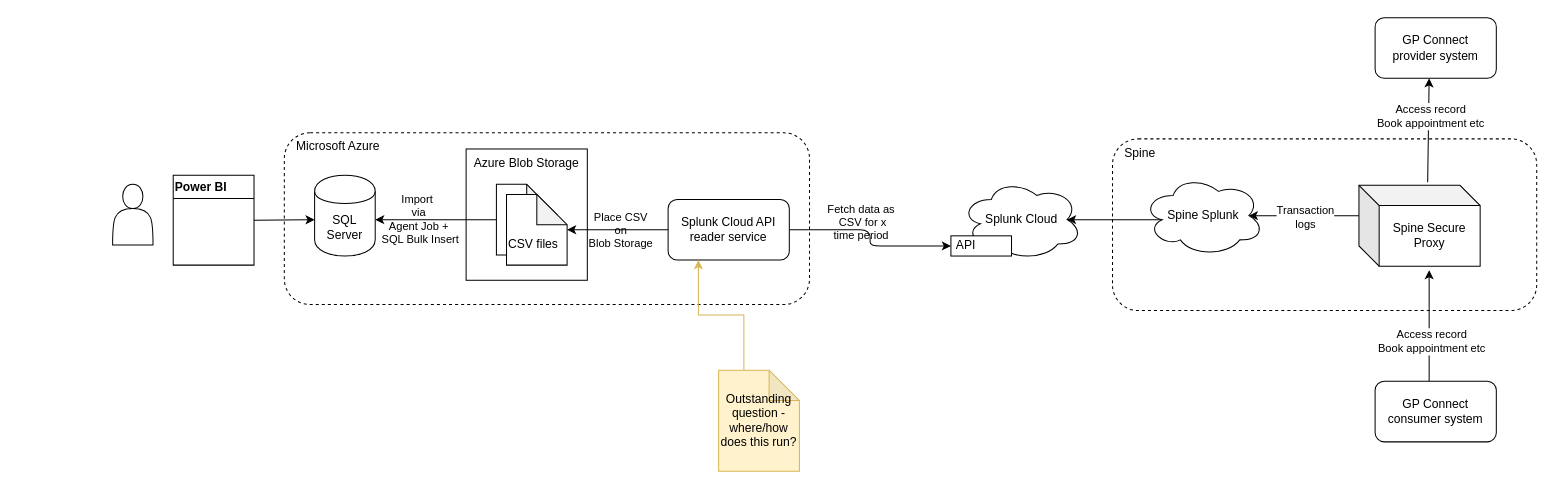
Before: documentation/end-to-end-data-flow.drawio in nhsconnect/gpconnect-analytics, a draw.io diagram. Source tidied: cells renumbered, new cells numbered last; positions are measured from the earlier drawing's top-left corner, leaving out a move shared by most shapes. Both pictures are drawn from the tidied source at 101%, with x=0, y=0 at pixel (112, 17).
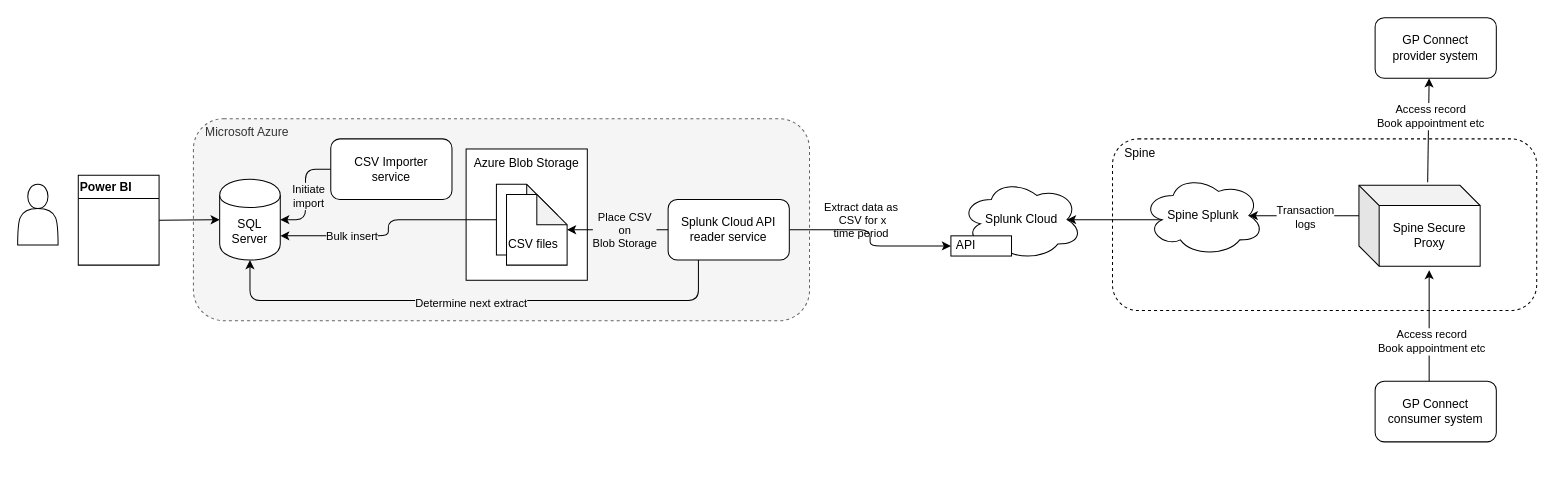
Above is the later version.

Unchanged cells that the change refers to:
```xml
<mxCell id="6" style="shape=note;whiteSpace=wrap;html=1;backgroundOutline=1;darkOpacity=0.05;align=left;" parent="1" vertex="1">
  <mxGeometry x="380" y="165" width="60" height="70" as="geometry" />
</mxCell>
<mxCell id="25" style="edgeStyle=orthogonalEdgeStyle;jettySize=auto;html=1;exitX=1;exitY=0.5;exitDx=0;exitDy=0;entryX=0;entryY=0.5;entryDx=0;entryDy=0;rounded=1;" parent="1" edge="1" source="29" target="20">
  <mxGeometry relative="1" as="geometry" />
</mxCell>
<mxCell id="27" style="edgeStyle=orthogonalEdgeStyle;rounded=1;jettySize=auto;html=1;exitX=0;exitY=0.5;exitDx=0;exitDy=0;" parent="1" edge="1" source="29" target="24">
  <mxGeometry relative="1" as="geometry" />
</mxCell>
<mxCell id="29" value="Splunk Cloud API reader service" style="rounded=1;whiteSpace=wrap;html=1;labelBackgroundColor=none;align=center;" parent="1" vertex="1">
  <mxGeometry x="550" y="180" width="120" height="60" as="geometry" />
</mxCell>
```

Diff of the diagram source:
```diff
@@
-    <mxCell id="2" value="&amp;nbsp; &amp;nbsp;Microsoft Azure" style="rounded=1;whiteSpace=wrap;html=1;dashed=1;verticalAlign=top;align=left;" parent="1" vertex="1">
-      <mxGeometry x="170" y="114" width="520" height="170" as="geometry" />
+    <mxCell id="2" value="&amp;nbsp; &amp;nbsp;Microsoft Azure" style="rounded=1;whiteSpace=wrap;html=1;dashed=1;verticalAlign=top;align=left;fillColor=#f5f5f5;strokeColor=#666666;fontColor=#333333;" parent="1" vertex="1">
+      <mxGeometry x="80" y="100" width="610" height="200" as="geometry" />
     </mxCell>
@@
-    <mxCell id="4" style="edgeStyle=orthogonalEdgeStyle;rounded=0;jettySize=auto;html=1;exitX=0;exitY=0.5;exitDx=0;exitDy=0;exitPerimeter=0;startArrow=none;startFill=0;endArrow=classic;endFill=1;" parent="1" edge="1" source="6">
-      <mxGeometry relative="1" as="geometry">
-        <mxPoint x="260" y="200" as="targetPoint" />
-      </mxGeometry>
-    </mxCell>
-    <mxCell id="5" value="Import&amp;nbsp;&lt;br&gt;via &lt;br&gt;Agent Job +&lt;br&gt;&amp;nbsp;SQL Bulk&amp;nbsp;Insert" style="edgeLabel;html=1;align=center;verticalAlign=middle;labelBackgroundColor=none;" parent="4" vertex="1">
-      <mxGeometry x="0.3" y="-1" relative="1" as="geometry" />
-    </mxCell>
+    <mxCell id="33" style="edgeStyle=orthogonalEdgeStyle;jettySize=auto;html=1;exitX=0;exitY=0.5;exitDx=0;exitDy=0;exitPerimeter=0;entryX=1;entryY=0.7;entryDx=0;entryDy=0;startArrow=none;startFill=0;endArrow=classic;endFill=1;rounded=1;" parent="1" edge="1" source="6" target="32">
+      <mxGeometry relative="1" as="geometry" />
+    </mxCell>
+    <mxCell id="34" value="Bulk insert" style="edgeLabel;html=1;align=center;verticalAlign=middle;labelBackgroundColor=#F5F5F5;" parent="33" vertex="1">
+      <mxGeometry x="0.22" relative="1" as="geometry">
+        <mxPoint x="-20" as="offset" />
+      </mxGeometry>
+    </mxCell>
@@
     <mxCell id="21" style="shape=actor;whiteSpace=wrap;html=1;align=left;" parent="1" vertex="1">
-      <mxGeometry y="165" width="40" height="60" as="geometry" />
+      <mxGeometry x="-94" y="165" width="40" height="60" as="geometry" />
     </mxCell>
     <mxCell id="22" style="edgeStyle=orthogonalEdgeStyle;rounded=0;jettySize=auto;html=1;exitX=1;exitY=0.5;exitDx=0;exitDy=0;entryX=0;entryY=0.5;entryDx=0;entryDy=0;entryPerimeter=0;" parent="1" edge="1" source="23">
       <mxGeometry relative="1" as="geometry">
-        <mxPoint x="200" y="200" as="targetPoint" />
+        <mxPoint x="106" y="200" as="targetPoint" />
       </mxGeometry>
     </mxCell>
     <mxCell id="23" value="Power BI" style="swimlane;align=left;" parent="1" vertex="1">
-      <mxGeometry x="60" y="156" width="80" height="89" as="geometry" />
+      <mxGeometry x="-34" y="156" width="80" height="89" as="geometry" />
     </mxCell>
@@
-    <mxCell id="26" value="Fetch data as&lt;br&gt;&amp;nbsp;CSV for x &lt;br&gt;time period" style="edgeLabel;html=1;align=center;verticalAlign=middle;labelBackgroundColor=none;" parent="25" vertex="1">
+    <mxCell id="26" value="Extract data as&lt;br&gt;&amp;nbsp;CSV for x &lt;br&gt;time period" style="edgeLabel;html=1;align=center;verticalAlign=middle;labelBackgroundColor=none;" parent="25" vertex="1">
       <mxGeometry x="-0.04" y="-1" relative="1" as="geometry">
-        <mxPoint x="-9" y="-12" as="offset" />
+        <mxPoint x="-9" y="-13.5" as="offset" />
       </mxGeometry>
     </mxCell>
@@
-    <mxCell id="28" value="Place CSV &lt;br&gt;on &lt;br&gt;Blob Storage" style="edgeLabel;html=1;align=center;verticalAlign=middle;labelBackgroundColor=none;" parent="27" vertex="1">
-      <mxGeometry x="-0.04" relative="1" as="geometry" />
+    <mxCell id="28" value="Place CSV &lt;br&gt;on &lt;br&gt;Blob Storage" style="edgeLabel;html=1;align=center;verticalAlign=middle;labelBackgroundColor=#F5F5F5;" parent="27" vertex="1">
+      <mxGeometry x="-0.04" relative="1" as="geometry">
+        <mxPoint x="4" as="offset" />
+      </mxGeometry>
     </mxCell>
+    <mxCell id="35" style="edgeStyle=orthogonalEdgeStyle;rounded=1;jettySize=auto;html=1;exitX=0.25;exitY=1;exitDx=0;exitDy=0;entryX=0.5;entryY=1;entryDx=0;entryDy=0;startArrow=none;startFill=0;endArrow=classic;endFill=1;" parent="1" edge="1" source="29" target="32">
+      <mxGeometry relative="1" as="geometry">
+        <Array as="points">
+          <mxPoint x="580" y="280" />
+          <mxPoint x="136" y="280" />
+        </Array>
+      </mxGeometry>
+    </mxCell>
+    <mxCell id="36" value="Determine next extract" style="edgeLabel;html=1;align=center;verticalAlign=middle;labelBackgroundColor=#F5F5F5;" parent="35" vertex="1">
+      <mxGeometry x="0.13" y="2" relative="1" as="geometry">
+        <mxPoint x="30" as="offset" />
+      </mxGeometry>
+    </mxCell>
@@
-    <mxCell id="30" style="edgeStyle=orthogonalEdgeStyle;rounded=0;jettySize=auto;html=1;exitX=0;exitY=0;exitDx=25;exitDy=0;exitPerimeter=0;entryX=0.25;entryY=1;entryDx=0;entryDy=0;fillColor=#fff2cc;strokeColor=#d6b656;" parent="1" edge="1" source="31" target="29">
-      <mxGeometry relative="1" as="geometry" />
-    </mxCell>
-    <mxCell id="31" value="Outstanding question - where/how does this run?" style="shape=note;whiteSpace=wrap;html=1;backgroundOutline=1;darkOpacity=0.05;labelBackgroundColor=none;align=center;fillColor=#fff2cc;strokeColor=#d6b656;" parent="1" vertex="1">
-      <mxGeometry x="600" y="349" width="80" height="100" as="geometry" />
-    </mxCell>
     <mxCell id="32" value="SQL Server" style="shape=cylinder;whiteSpace=wrap;html=1;boundedLbl=1;backgroundOutline=1;" parent="1" vertex="1">
-      <mxGeometry x="200" y="156" width="60" height="80" as="geometry" />
+      <mxGeometry x="106" y="160" width="60" height="80" as="geometry" />
     </mxCell>
+    <mxCell id="37" style="edgeStyle=orthogonalEdgeStyle;rounded=1;jettySize=auto;html=1;exitX=0;exitY=0.5;exitDx=0;exitDy=0;entryX=1;entryY=0.5;entryDx=0;entryDy=0;startArrow=none;startFill=0;endArrow=classic;endFill=1;" parent="1" edge="1" source="39" target="32">
+      <mxGeometry relative="1" as="geometry" />
+    </mxCell>
+    <mxCell id="38" value="Initiate &lt;br&gt;import" style="edgeLabel;html=1;align=center;verticalAlign=middle;labelBackgroundColor=#F5F5F5;" parent="37" vertex="1">
+      <mxGeometry x="0.11" y="2" relative="1" as="geometry">
+        <mxPoint y="-5" as="offset" />
+      </mxGeometry>
+    </mxCell>
+    <mxCell id="39" value="CSV Importer &lt;br&gt;service" style="rounded=1;whiteSpace=wrap;html=1;labelBackgroundColor=none;align=center;" parent="1" vertex="1">
+      <mxGeometry x="216" y="120" width="120" height="60" as="geometry" />
+    </mxCell>
```
